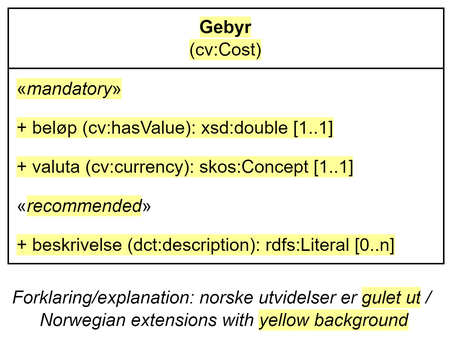
This is docs/images/Klassen-Gebyr.png from Informasjonsforvaltning/dcat-ap-no, a draw.io export, as it was before one commit. Source tidied: cells renumbered, new cells last; positions are measured from the earlier drawing's top-left corner, leaving out a move shared by most shapes.
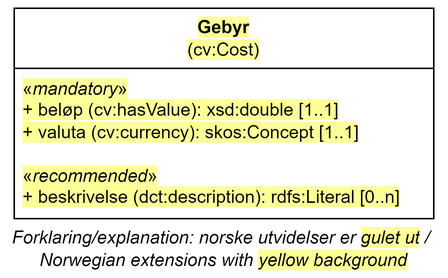
After the change.

Commit message:
Oppdaterer tegning Gebyr

Change to the diagram source:
```diff
@@ -3,25 +3,13 @@
     <mxCell id="0" />
     <mxCell id="1" parent="0" />
     <mxCell id="2" value="&lt;span style=&quot;background-color: rgb(255, 255, 153);&quot;&gt;&lt;b style=&quot;border-color: var(--border-color);&quot;&gt;Gebyr&lt;/b&gt;&lt;br style=&quot;border-color: var(--border-color);&quot;&gt;(cv:Cost)&lt;/span&gt;" style="swimlane;fontStyle=0;horizontal=1;startSize=40;fillColor=none;whiteSpace=wrap;html=1;" parent="1" vertex="1">
-      <mxGeometry width="290" height="170" as="geometry" />
+      <mxGeometry width="280" height="140" as="geometry" />
     </mxCell>
-    <mxCell id="3" value="&lt;span style=&quot;background-color: rgb(255, 255, 153);&quot;&gt;«&lt;i&gt;mandatory&lt;/i&gt;»&lt;/span&gt;" style="text;strokeColor=none;fillColor=none;align=left;verticalAlign=top;spacingLeft=4;spacingRight=4;overflow=hidden;whiteSpace=wrap;html=1;" parent="2" vertex="1">
-      <mxGeometry y="40" width="290" height="26" as="geometry" />
+    <mxCell id="3" value="&lt;span style=&quot;background-color: rgb(255, 255, 153);&quot;&gt;«&lt;i&gt;mandatory&lt;/i&gt;»&lt;/span&gt;&lt;div&gt;&lt;span style=&quot;background-color: rgb(255, 255, 153);&quot;&gt;+&amp;nbsp;beløp (cv:hasValue): xsd:double&amp;nbsp;[1..1]&lt;/span&gt;&lt;span style=&quot;background-color: rgb(255, 255, 153);&quot;&gt;&lt;br&gt;&lt;/span&gt;&lt;/div&gt;&lt;div&gt;&lt;span style=&quot;background-color: rgb(255, 255, 153);&quot;&gt;+&amp;nbsp;valuta (cv:currency): skos:Concept&amp;nbsp;[1..1]&lt;/span&gt;&lt;span style=&quot;background-color: rgb(255, 255, 153);&quot;&gt;&lt;br&gt;&lt;/span&gt;&lt;/div&gt;&lt;div&gt;&lt;span style=&quot;background-color: rgb(255, 255, 153);&quot;&gt;&lt;br&gt;&lt;/span&gt;&lt;/div&gt;&lt;div&gt;&lt;span style=&quot;background-color: rgb(255, 255, 153);&quot;&gt;«&lt;i style=&quot;&quot;&gt;recommended&lt;/i&gt;»&lt;/span&gt;&lt;div&gt;&lt;span style=&quot;background-color: rgb(255, 255, 153);&quot;&gt;+&amp;nbsp;beskrivelse (dct:description): rdfs:Literal [0..n]&lt;/span&gt;&lt;/div&gt;&lt;/div&gt;" style="text;strokeColor=none;fillColor=none;align=left;verticalAlign=top;spacingLeft=4;spacingRight=4;overflow=hidden;whiteSpace=wrap;html=1;" parent="2" vertex="1">
+      <mxGeometry y="40" width="280" height="100" as="geometry" />
     </mxCell>
-    <mxCell id="4" value="&lt;span style=&quot;background-color: rgb(255, 255, 153);&quot;&gt;+&amp;nbsp;beløp (cv:hasValue): xsd:double&amp;nbsp;[1..1]&lt;/span&gt;" style="text;strokeColor=none;fillColor=none;align=left;verticalAlign=top;spacingLeft=4;spacingRight=4;overflow=hidden;whiteSpace=wrap;html=1;" parent="2" vertex="1">
-      <mxGeometry y="66" width="290" height="26" as="geometry" />
-    </mxCell>
-    <mxCell id="5" value="&lt;span style=&quot;background-color: rgb(255, 255, 153);&quot;&gt;+&amp;nbsp;valuta (cv:currency): skos:Concept&amp;nbsp;[1..1]&lt;/span&gt;" style="text;strokeColor=none;fillColor=none;align=left;verticalAlign=top;spacingLeft=4;spacingRight=4;overflow=hidden;whiteSpace=wrap;html=1;" parent="2" vertex="1">
-      <mxGeometry y="92" width="290" height="26" as="geometry" />
-    </mxCell>
-    <mxCell id="6" value="«&lt;i style=&quot;background-color: rgb(255, 255, 153);&quot;&gt;recommended&lt;/i&gt;»" style="text;strokeColor=none;fillColor=none;align=left;verticalAlign=top;spacingLeft=4;spacingRight=4;overflow=hidden;whiteSpace=wrap;html=1;" parent="2" vertex="1">
-      <mxGeometry y="118" width="290" height="26" as="geometry" />
-    </mxCell>
-    <mxCell id="7" value="&lt;span style=&quot;background-color: rgb(255, 255, 153);&quot;&gt;+&amp;nbsp;beskrivelse (dct:description): rdfs:Literal [0..n]&lt;/span&gt;" style="text;strokeColor=none;fillColor=none;align=left;verticalAlign=top;spacingLeft=4;spacingRight=4;overflow=hidden;whiteSpace=wrap;html=1;" parent="2" vertex="1">
-      <mxGeometry y="144" width="290" height="26" as="geometry" />
-    </mxCell>
     <mxCell id="8" value="Forklaring/explanation: norske utvidelser er&amp;nbsp;&lt;span style=&quot;background-color: rgb(255, 255, 153);&quot;&gt;gulet ut&lt;/span&gt;&lt;span style=&quot;background-color: rgb(255 , 255 , 255)&quot;&gt;&amp;nbsp;/&amp;nbsp;&lt;/span&gt;&lt;div&gt;&lt;span style=&quot;background-color: rgb(255 , 255 , 255)&quot;&gt;Norwegian extensions with &lt;/span&gt;&lt;span style=&quot;background-color: rgb(255, 255, 153);&quot;&gt;yellow background&lt;/span&gt;&lt;/div&gt;" style="text;html=1;strokeColor=none;fillColor=none;align=center;verticalAlign=middle;whiteSpace=wrap;rounded=0;fontStyle=2;" parent="1" vertex="1">
-      <mxGeometry y="190" width="288.2" height="20" as="geometry" />
+      <mxGeometry x="-4.1" y="150" width="288.2" height="20" as="geometry" />
     </mxCell>
   </root>
 </mxGraphModel>
```
